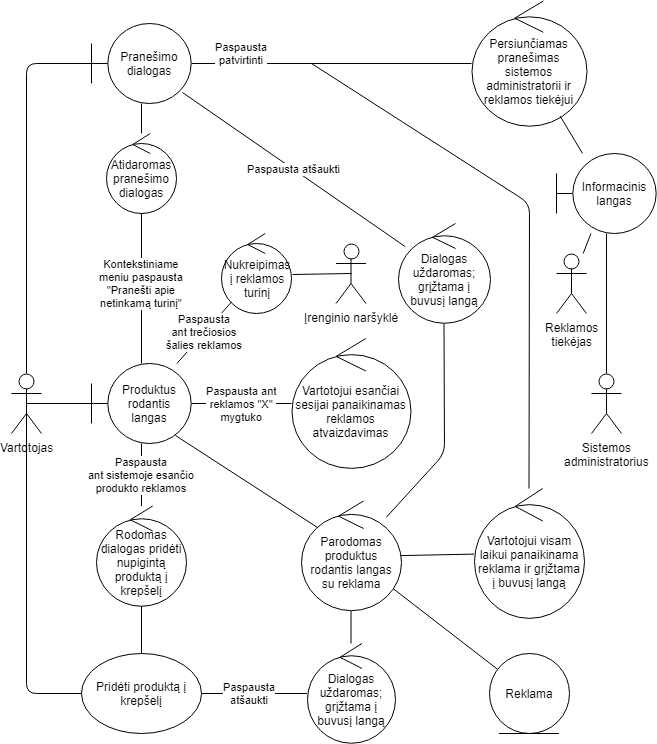
The draw.io diagram Nuotraukos/RD-damnads.png in Tristanas/PSI2-Food-Bee-Inc, before a commit. Source tidied: cells renumbered, new cells last; positions are measured from the earlier drawing's top-left corner, leaving out a move shared by most shapes.
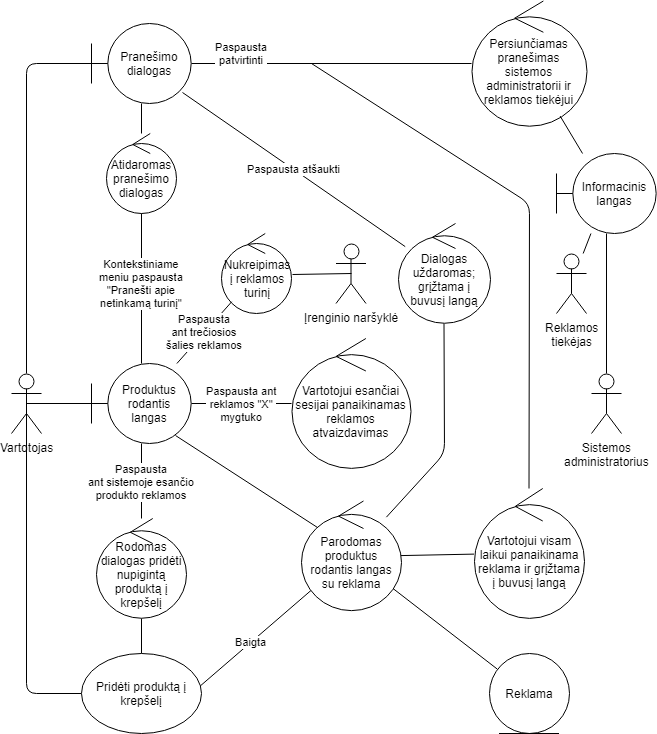
Above is the later version.

Commit message:
Tiny change to ads robust

Diff of the diagram source:
```diff
@@ -24,7 +24,7 @@
       <mxGeometry relative="1" as="geometry" />
     </mxCell>
     <mxCell id="9" value="Rodomas dialogas pridėti nupigintą produktą į krepšelį&lt;br&gt;" style="ellipse;shape=umlControl;whiteSpace=wrap;html=1;" parent="1" vertex="1">
-      <mxGeometry x="85" y="504.5" width="90" height="100" as="geometry" />
+      <mxGeometry x="85" y="517" width="90" height="100" as="geometry" />
     </mxCell>
     <mxCell id="10" value="Paspausta&lt;br&gt;ant sistemoje esančio&lt;br&gt;produkto reklamos&lt;br&gt;" style="endArrow=none;html=1;" parent="1" edge="1" source="3" target="9">
       <mxGeometry relative="1" as="geometry" />
@@ -79,17 +79,11 @@
     <mxCell id="22" value="Paspausta atšaukti" style="endArrow=none;html=1;exitX=0.91;exitY=0.863;exitDx=0;exitDy=0;exitPerimeter=0;" parent="1" edge="1" source="17" target="20">
       <mxGeometry relative="1" as="geometry" />
     </mxCell>
-    <mxCell id="23" value="Dialogas uždaromas; grįžtama į buvusį langą" style="ellipse;shape=umlControl;whiteSpace=wrap;html=1;" parent="1" vertex="1">
-      <mxGeometry x="295.5" y="642" width="88" height="100" as="geometry" />
-    </mxCell>
-    <mxCell id="24" value="Paspausta&lt;br&gt;atšaukti" style="endArrow=none;html=1;" parent="1" edge="1" target="23">
+    <mxCell id="24" value="Baigta&lt;br&gt;" style="endArrow=none;html=1;" parent="1" edge="1" target="33">
       <mxGeometry relative="1" as="geometry">
         <mxPoint x="180" y="692" as="sourcePoint" />
       </mxGeometry>
     </mxCell>
-    <mxCell id="25" style="endArrow=none;html=1;" parent="1" edge="1" source="23" target="33">
-      <mxGeometry relative="1" as="geometry" />
-    </mxCell>
     <mxCell id="26" value="Paspausta&lt;br&gt;patvirtinti&lt;br&gt;" style="endArrow=none;html=1;entryX=0;entryY=0.5;entryDx=0;entryDy=0;entryPerimeter=0;" parent="1" edge="1" source="17" target="31">
       <mxGeometry x="-0.64" y="10" relative="1" as="geometry" />
     </mxCell>
```
